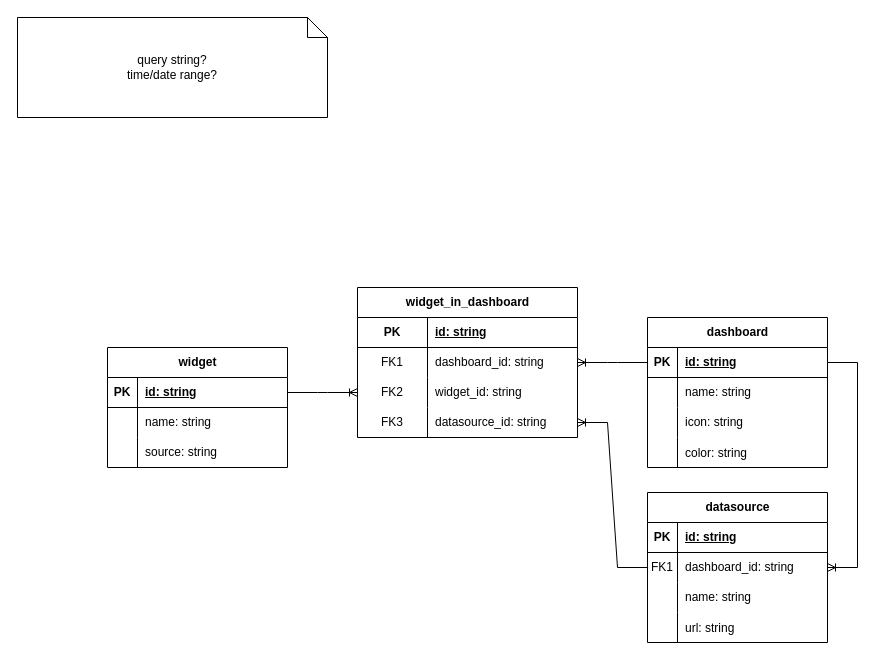
This is dynagraph.drawio from HardenedHunter/dynagraph, a draw.io file, before an edit. Source tidied: cells renumbered, new cells numbered last; positions are measured from the earlier drawing's top-left corner, leaving out a move shared by most shapes. Both pictures are drawn from the tidied source at 100%, with x=0, y=0 at pixel (17, 17).
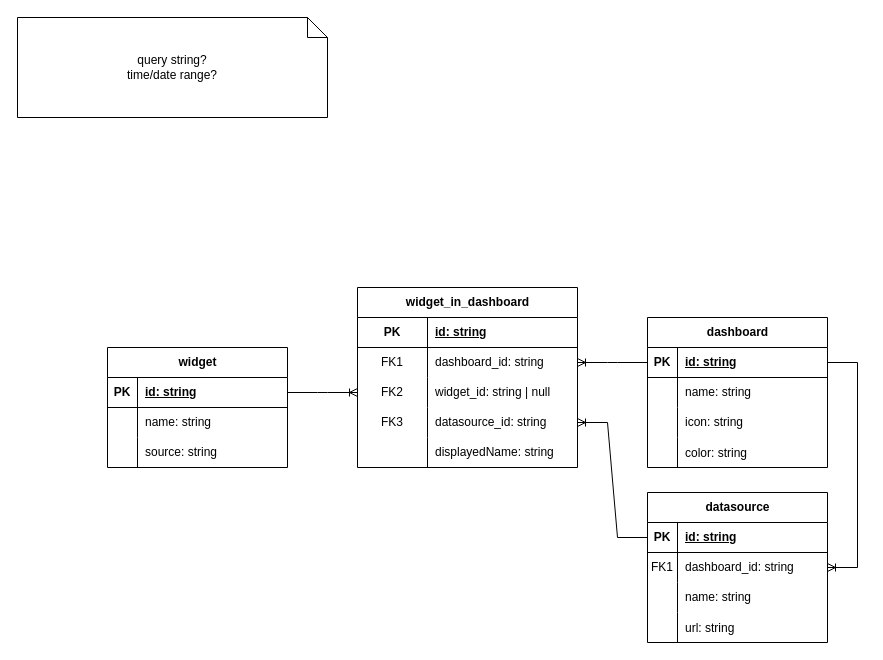
Above is the later version.

Commit message (it also covers changes not shown here):
Added widget name

Unchanged cells that the change refers to:
```xml
<mxCell id="32" style="shape=tableRow;horizontal=0;startSize=0;swimlaneHead=0;swimlaneBody=0;fillColor=none;points=[[0,0.5],[1,0.5]];portConstraint=eastwest;top=0;left=0;right=0;bottom=0;" parent="25" vertex="1">
  <mxGeometry y="90" width="220" height="30" as="geometry" />
</mxCell>
<mxCell id="35" style="shape=tableRow;horizontal=0;startSize=0;swimlaneHead=0;swimlaneBody=0;fillColor=none;points=[[0,0.5],[1,0.5]];portConstraint=eastwest;top=0;left=0;right=0;bottom=0;" parent="25" vertex="1">
  <mxGeometry y="120" width="220" height="30" as="geometry" />
</mxCell>
<mxCell id="43" style="shape=tableRow;horizontal=0;startSize=0;swimlaneHead=0;swimlaneBody=0;fillColor=none;points=[[0,0.5],[1,0.5]];portConstraint=eastwest;top=0;left=0;right=0;bottom=1;" parent="42" vertex="1">
  <mxGeometry y="30" width="180" height="30" as="geometry" />
</mxCell>
<mxCell id="46" style="shape=tableRow;horizontal=0;startSize=0;swimlaneHead=0;swimlaneBody=0;fillColor=none;points=[[0,0.5],[1,0.5]];portConstraint=eastwest;top=0;left=0;right=0;bottom=0;" parent="42" vertex="1">
  <mxGeometry y="60" width="180" height="30" as="geometry" />
</mxCell>
```

Change to the diagram source:
```diff
@@
     <mxCell id="25" value="widget_in_dashboard" style="shape=table;startSize=30;childLayout=tableLayout;rowLines=0;fontStyle=1;align=center;html=1;swimlaneLine=1;" parent="1" vertex="1">
-      <mxGeometry x="340" y="270" width="220" height="150" as="geometry" />
+      <mxGeometry x="340" y="270" width="220" height="180" as="geometry" />
     </mxCell>
@@
-    <mxCell id="34" value="widget_id: string" style="shape=partialRectangle;fillColor=none;top=0;left=0;bottom=0;right=0;align=left;spacingLeft=6;fontStyle=0;overflow=hidden;whiteSpace=wrap;html=1;" parent="32" vertex="1">
+    <mxCell id="34" value="widget_id: string | null" style="shape=partialRectangle;fillColor=none;top=0;left=0;bottom=0;right=0;align=left;spacingLeft=6;fontStyle=0;overflow=hidden;whiteSpace=wrap;html=1;" parent="32" vertex="1">
       <mxGeometry x="70" width="150" height="30" as="geometry" />
     </mxCell>
@@
+    <mxCell id="57" style="shape=tableRow;horizontal=0;startSize=0;swimlaneHead=0;swimlaneBody=0;fillColor=none;top=0;left=0;right=0;bottom=0;" parent="25" vertex="1">
+      <mxGeometry y="150" width="220" height="30" as="geometry" />
+    </mxCell>
+    <mxCell id="58" style="shape=partialRectangle;fillColor=none;top=0;left=0;bottom=0;right=0;fontStyle=0;overflow=hidden;whiteSpace=wrap;html=1;" parent="57" vertex="1">
+      <mxGeometry width="70" height="30" as="geometry" />
+    </mxCell>
+    <mxCell id="59" value="displayedName: string" style="shape=partialRectangle;fillColor=none;top=0;left=0;bottom=0;right=0;align=left;spacingLeft=6;fontStyle=0;overflow=hidden;whiteSpace=wrap;html=1;" parent="57" vertex="1">
+      <mxGeometry x="70" width="150" height="30" as="geometry" />
+    </mxCell>
@@
-    <mxCell id="56" style="edgeStyle=entityRelationEdgeStyle;fontSize=12;html=1;endArrow=ERoneToMany;rounded=0;exitX=0;exitY=0.5;exitDx=0;exitDy=0;entryX=1;entryY=0.5;entryDx=0;entryDy=0;" parent="1" edge="1" source="46" target="35">
+    <mxCell id="56" style="edgeStyle=entityRelationEdgeStyle;fontSize=12;html=1;endArrow=ERoneToMany;rounded=0;entryX=1;entryY=0.5;entryDx=0;entryDy=0;exitX=0;exitY=0.5;exitDx=0;exitDy=0;" parent="1" edge="1" source="43" target="35">
       <mxGeometry relative="1" as="geometry" />
     </mxCell>
```
